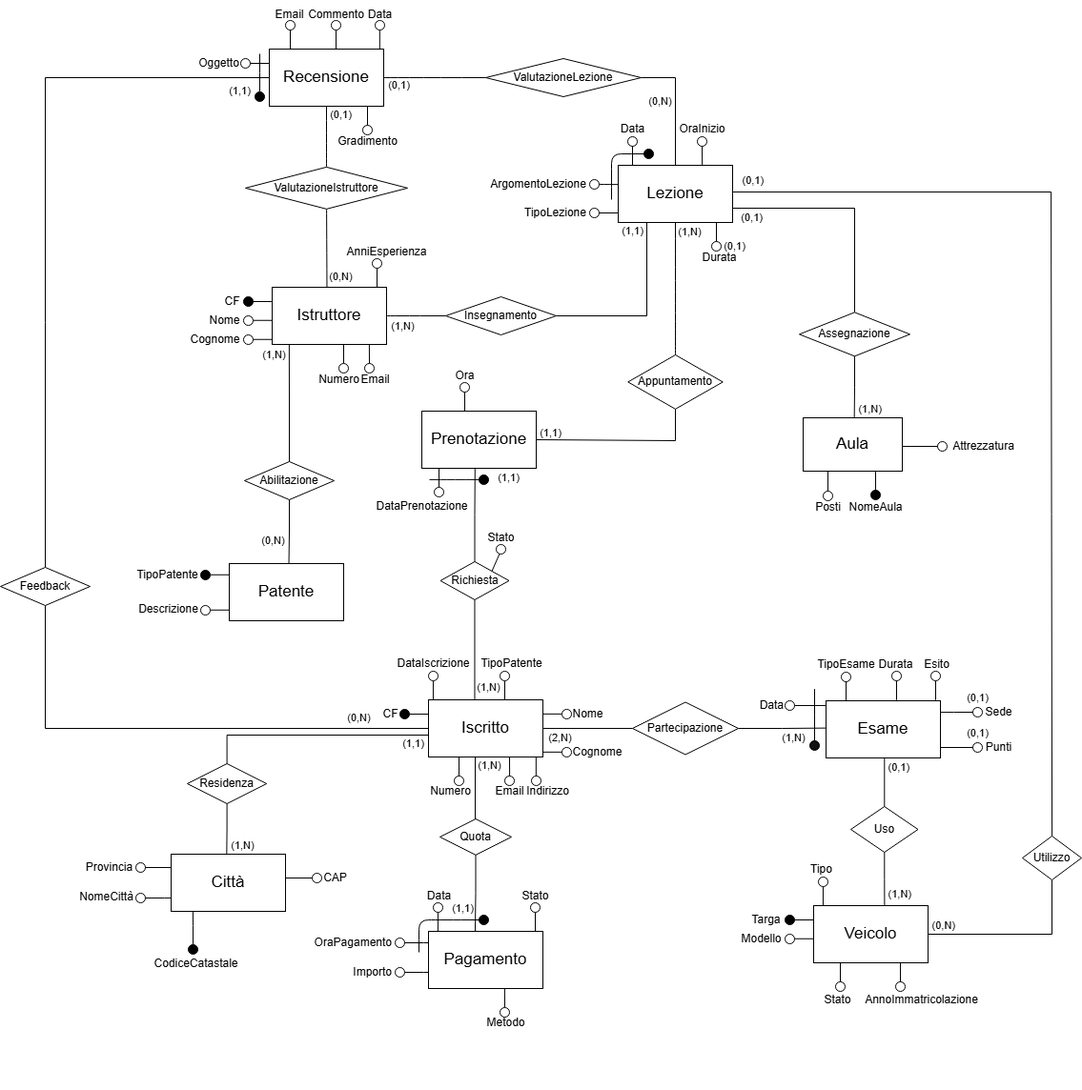
Earlier version of the draw.io export img/ER_ScuolaGuidaRistrutturato.drawio.png (Andrea-Difino/db_scuola_guida). Source tidied: cells renumbered, new cells last; positions are measured from the earlier drawing's top-left corner, leaving out a move shared by most shapes.
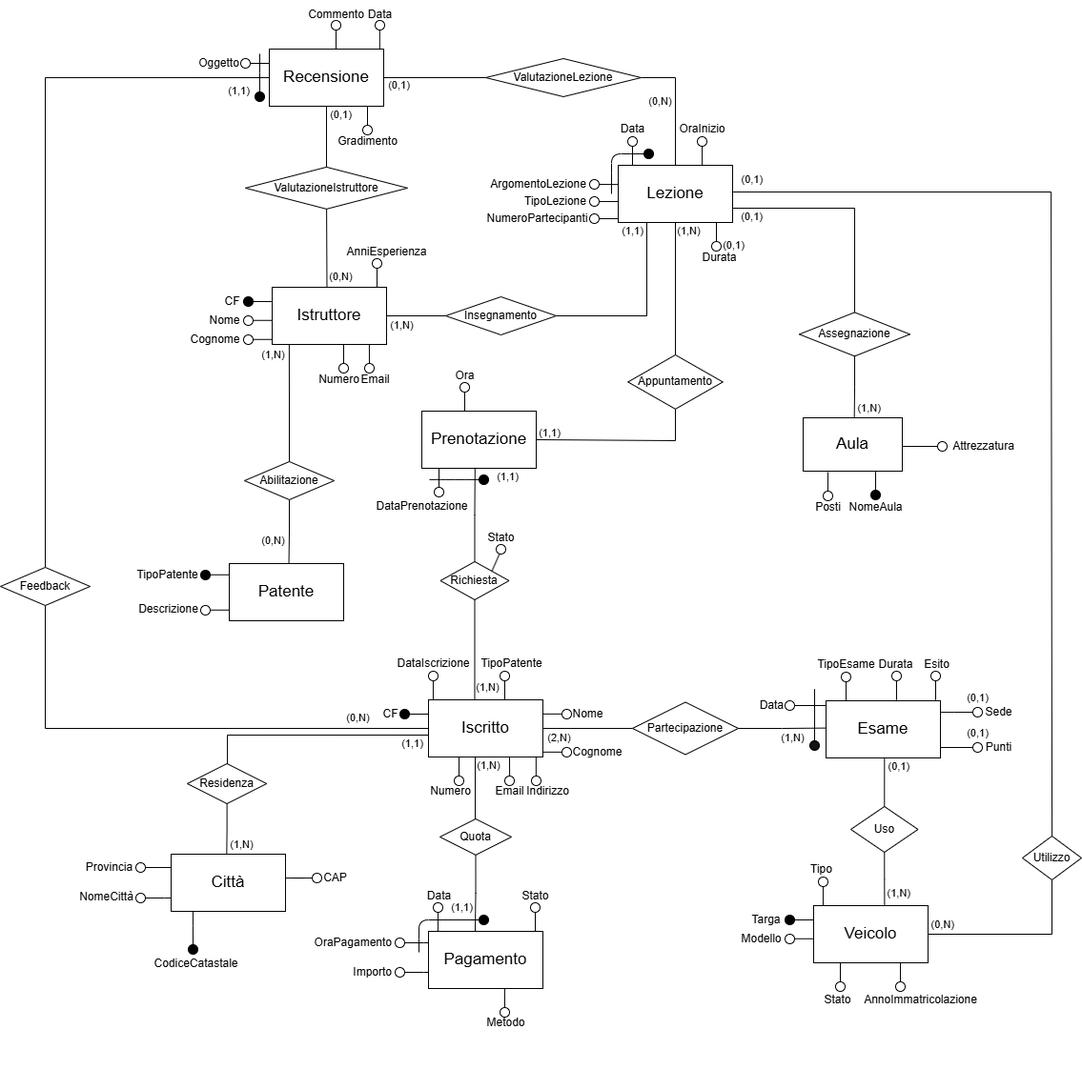
Later version of the same file.

Commit message:
Aggiornato ER Ristrutturato

Diff of the diagram source:
```diff
@@ -130,18 +130,6 @@
         <mxPoint x="-339" y="-686" as="offset" />
       </mxGeometry>
     </mxCell>
-    <mxCell id="33" style="endArrow=none;html=1;rounded=0;fontFamily=Helvetica;fontSize=12;fontColor=default;entryX=0.75;entryY=1;entryDx=0;entryDy=0;strokeColor=light-dark(#000000,#000000);" parent="18" edge="1">
-      <mxGeometry relative="1" as="geometry">
-        <mxPoint x="110" y="51" as="sourcePoint" />
-        <mxPoint x="110" y="31" as="targetPoint" />
-      </mxGeometry>
-    </mxCell>
-    <mxCell id="34" style="ellipse;whiteSpace=wrap;html=1;rounded=0;strokeColor=light-dark(#000000,#000000);align=center;verticalAlign=middle;fontFamily=Helvetica;fontSize=12;fontColor=light-dark(#000000,#000000);fillColor=light-dark(#000000,#FFFFFF);" parent="18" vertex="1">
-      <mxGeometry x="105" y="21" width="10" height="10" as="geometry" />
-    </mxCell>
-    <mxCell id="35" value="&lt;font style=&quot;color: light-dark(rgb(0, 0, 0), rgb(0, 0, 0));&quot;&gt;Email&lt;/font&gt;" style="text;html=1;align=center;verticalAlign=middle;strokeColor=none;fillColor=none;fontFamily=Helvetica;fontSize=12;fontColor=default;" parent="18" vertex="1">
-      <mxGeometry x="85" y="2" width="48" height="26" as="geometry" />
-    </mxCell>
     <mxCell id="36" style="group;" parent="1" vertex="1">
       <mxGeometry x="155" y="251" width="458" height="592" as="geometry" />
     </mxCell>
@@ -459,7 +447,7 @@
     </mxCell>
     <mxCell id="121" style="curved=1;endArrow=none;html=1;rounded=0;strokeColor=light-dark(#000000,#000000);align=center;verticalAlign=middle;fontFamily=Helvetica;fontSize=12;fontColor=default;labelBackgroundColor=default;startFill=0;" parent="109" edge="1">
       <mxGeometry relative="1" as="geometry">
-        <mxPoint x="135" y="86" as="sourcePoint" />
+        <mxPoint x="135" y="80" as="sourcePoint" />
         <mxPoint x="170" y="38" as="targetPoint" />
         <Array as="points">
           <mxPoint x="135" y="58" />
@@ -490,14 +478,27 @@
       </mxGeometry>
     </mxCell>
     <mxCell id="127" value="&lt;font&gt;TipoLezione&lt;/font&gt;" style="text;html=1;align=center;verticalAlign=middle;strokeColor=none;fillColor=none;fontFamily=Helvetica;fontSize=12;fontColor=light-dark(#000000,#000000);" parent="109" vertex="1">
-      <mxGeometry x="34" y="87" width="83" height="26" as="geometry" />
+      <mxGeometry x="34" y="75" width="83" height="26" as="geometry" />
     </mxCell>
     <mxCell id="128" style="ellipse;whiteSpace=wrap;html=1;rounded=0;strokeColor=light-dark(#000000,#000000);align=center;verticalAlign=middle;fontFamily=Helvetica;fontSize=12;fontColor=light-dark(#000000,#000000);fillColor=light-dark(#000000,#FFFFFF);" parent="109" vertex="1">
-      <mxGeometry x="112" y="95" width="10" height="10" as="geometry" />
+      <mxGeometry x="112" y="83" width="10" height="10" as="geometry" />
     </mxCell>
-    <mxCell id="129" style="edgeStyle=orthogonalEdgeStyle;rounded=0;jettySize=auto;html=1;entryX=0.003;entryY=0.832;entryDx=0;entryDy=0;entryPerimeter=0;endArrow=none;startFill=0;strokeColor=light-dark(#000000,#000000);" parent="109" edge="1" source="128" target="110">
-      <mxGeometry relative="1" as="geometry" />
+    <mxCell id="129" style="edgeStyle=orthogonalEdgeStyle;rounded=0;jettySize=auto;html=1;entryX=0.003;entryY=0.832;entryDx=0;entryDy=0;entryPerimeter=0;endArrow=none;startFill=0;strokeColor=light-dark(#000000,#000000);" parent="109" edge="1" source="128">
+      <mxGeometry relative="1" as="geometry">
+        <mxPoint x="142.4" y="87.9" as="targetPoint" />
+      </mxGeometry>
     </mxCell>
+    <mxCell id="263" value="&lt;font&gt;NumeroPartecipanti&lt;/font&gt;" style="text;html=1;align=center;verticalAlign=middle;strokeColor=none;fillColor=none;fontFamily=Helvetica;fontSize=12;fontColor=light-dark(#000000,#000000);" parent="109" vertex="1">
+      <mxGeometry x="-5" y="93" width="124" height="26" as="geometry" />
+    </mxCell>
+    <mxCell id="264" style="ellipse;whiteSpace=wrap;html=1;rounded=0;strokeColor=light-dark(#000000,#000000);align=center;verticalAlign=middle;fontFamily=Helvetica;fontSize=12;fontColor=light-dark(#000000,#000000);fillColor=light-dark(#000000,#FFFFFF);" parent="109" vertex="1">
+      <mxGeometry x="112" y="101" width="10" height="10" as="geometry" />
+    </mxCell>
+    <mxCell id="265" style="edgeStyle=orthogonalEdgeStyle;rounded=0;jettySize=auto;html=1;entryX=0.003;entryY=0.832;entryDx=0;entryDy=0;entryPerimeter=0;endArrow=none;startFill=0;strokeColor=light-dark(#000000,#000000);" parent="109" edge="1" source="264">
+      <mxGeometry relative="1" as="geometry">
+        <mxPoint x="142.4" y="105.9" as="targetPoint" />
+      </mxGeometry>
+    </mxCell>
     <mxCell id="130" value="&lt;font style=&quot;color: light-dark(rgb(0, 0, 0), rgb(0, 0, 0));&quot;&gt;Numero&lt;/font&gt;" style="text;html=1;align=center;verticalAlign=middle;strokeColor=none;fillColor=none;fontFamily=Helvetica;fontSize=12;fontColor=default;" parent="1" vertex="1">
       <mxGeometry x="437" y="815" width="70" height="30" as="geometry" />
     </mxCell>
```
